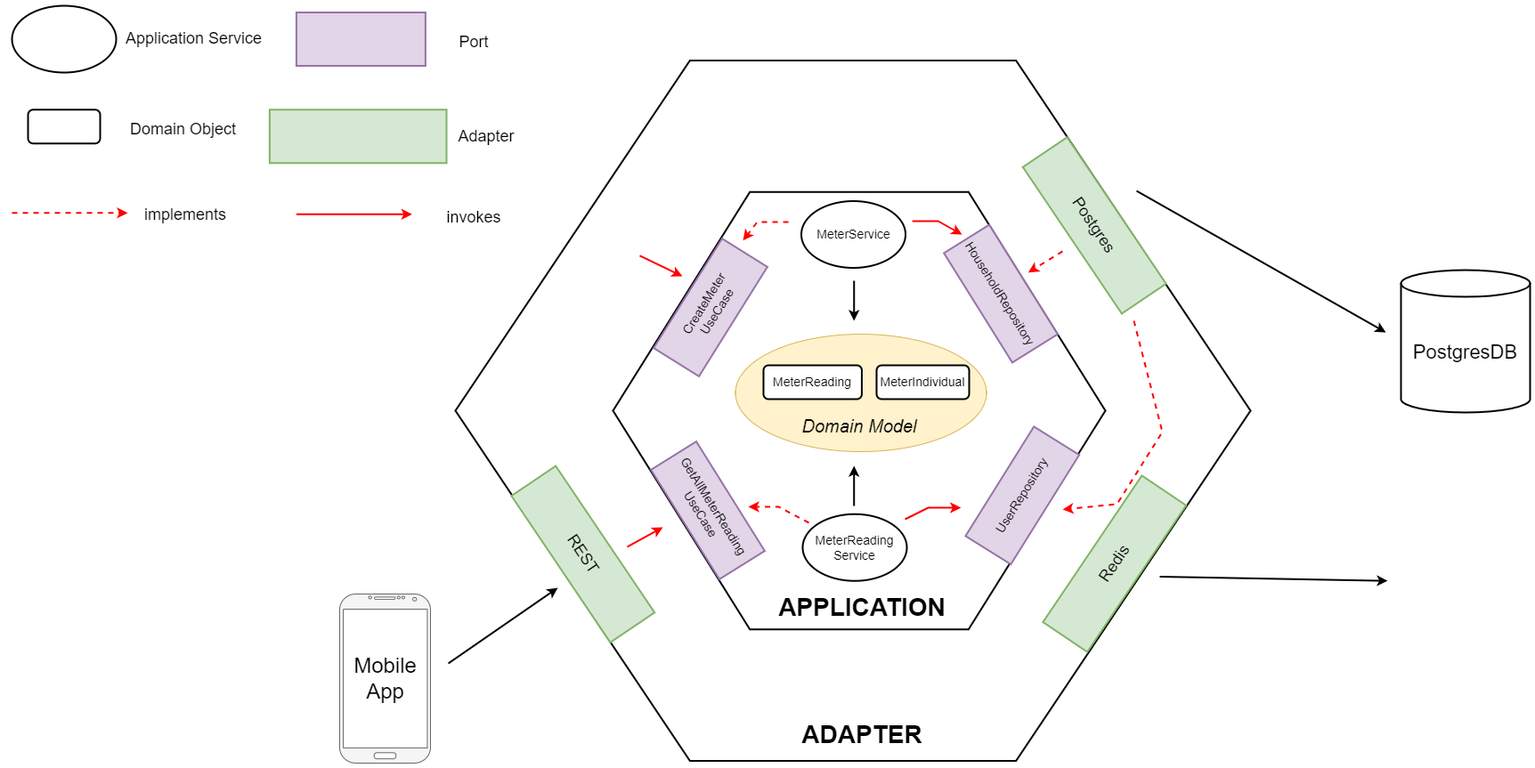
xBlade58/smart-meter-platform-page keeps this draw.io diagram as documentation/implementation/images/Household_Service_Architecture.png. Above is the earlier version. Source tidied: cells renumbered, new cells last; positions are measured from the earlier drawing's top-left corner, leaving out a move shared by most shapes.
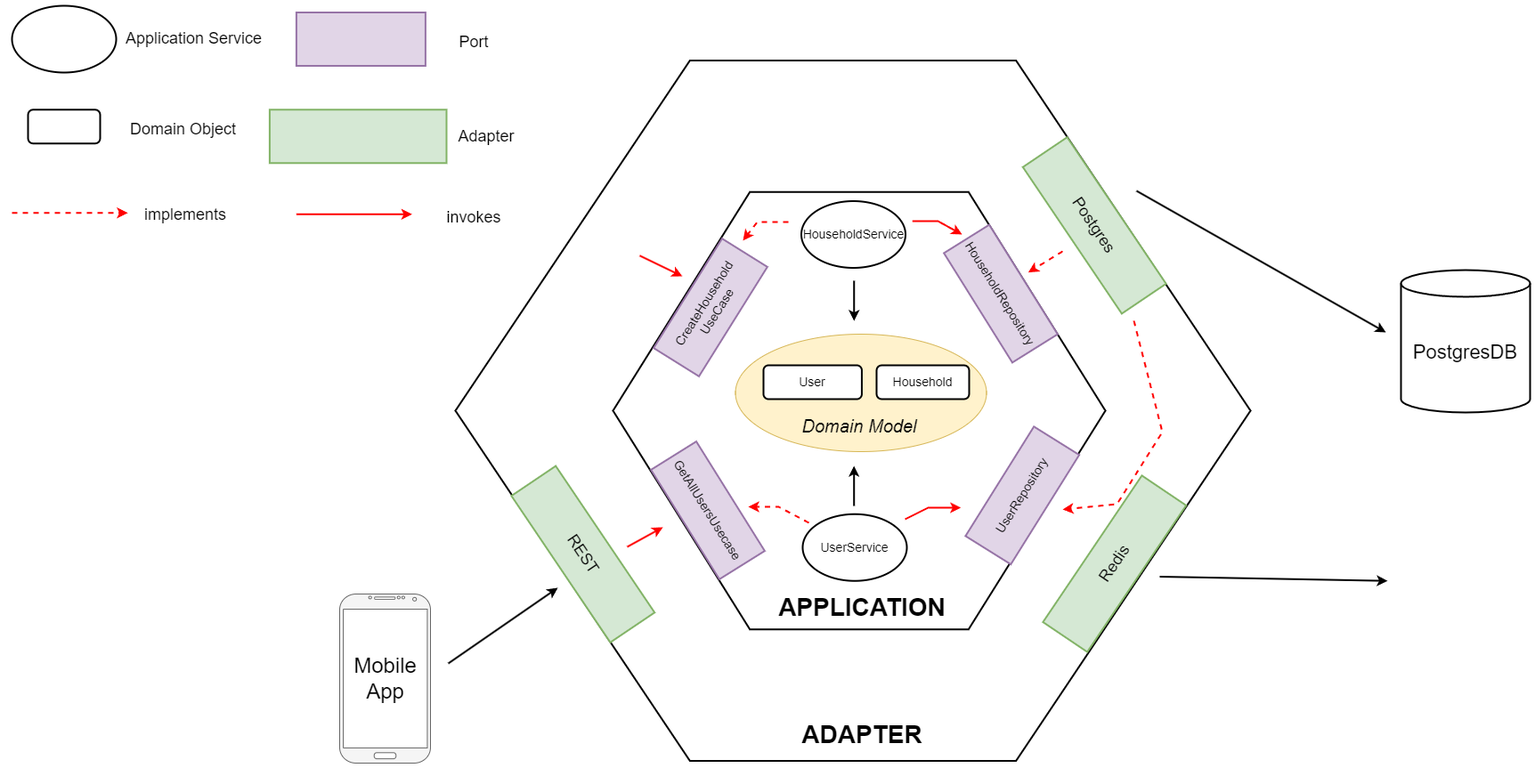
After the commit.

What changed in the source:
```diff
@@ -8,13 +8,13 @@
     <mxCell id="3" style="shape=hexagon;perimeter=hexagonPerimeter2;whiteSpace=wrap;html=1;fixedSize=1;rounded=0;sketch=0;shadow=0;strokeWidth=2;size=153.70588235294127;" parent="1" vertex="1">
       <mxGeometry x="675" y="209.2" width="553" height="491.5" as="geometry" />
     </mxCell>
-    <mxCell id="4" value="&lt;font style=&quot;font-size: 14px&quot;&gt;CreateMeter&lt;br&gt;UseCase&lt;/font&gt;" style="rounded=0;whiteSpace=wrap;html=1;shadow=0;sketch=0;strokeWidth=2;rotation=302;labelBorderColor=none;spacing=2;fillColor=#e1d5e7;strokeColor=#9673a6;" parent="1" vertex="1">
+    <mxCell id="4" value="&lt;span style=&quot;font-size: 14px;&quot;&gt;CreateHousehold&lt;br&gt;UseCase&lt;/span&gt;" style="rounded=0;whiteSpace=wrap;html=1;shadow=0;sketch=0;strokeWidth=2;rotation=302;labelBorderColor=none;spacing=2;fillColor=#e1d5e7;strokeColor=#9673a6;" parent="1" vertex="1">
       <mxGeometry x="712" y="309" width="145" height="60" as="geometry" />
     </mxCell>
     <mxCell id="5" value="&lt;font style=&quot;font-size: 14px&quot;&gt;HouseholdRepository&lt;/font&gt;" style="rounded=0;whiteSpace=wrap;html=1;shadow=0;sketch=0;strokeWidth=2;rotation=58;fillColor=#e1d5e7;strokeColor=#9673a6;" parent="1" vertex="1">
       <mxGeometry x="1038" y="293.5" width="145" height="60" as="geometry" />
     </mxCell>
-    <mxCell id="6" value="&lt;font style=&quot;font-size: 14px&quot;&gt;MeterService&lt;/font&gt;" style="ellipse;whiteSpace=wrap;html=1;strokeWidth=2;" parent="1" vertex="1">
+    <mxCell id="6" value="&lt;font style=&quot;font-size: 14px&quot;&gt;HouseholdService&lt;/font&gt;" style="ellipse;whiteSpace=wrap;html=1;strokeWidth=2;" parent="1" vertex="1">
       <mxGeometry x="886.5" y="219.5" width="117" height="75" as="geometry" />
     </mxCell>
     <mxCell id="7" value="&lt;font style=&quot;font-size: 22px&quot;&gt;PostgresDB&lt;/font&gt;" style="shape=cylinder3;whiteSpace=wrap;html=1;boundedLbl=1;backgroundOutline=1;size=15;strokeWidth=2;" parent="1" vertex="1">
@@ -88,10 +88,10 @@
         <mxPoint x="613" y="654" as="targetPoint" />
       </mxGeometry>
     </mxCell>
-    <mxCell id="23" value="&lt;font style=&quot;font-size: 14px&quot;&gt;MeterReading&lt;br&gt;Service&lt;/font&gt;" style="ellipse;whiteSpace=wrap;html=1;strokeWidth=2;" parent="1" vertex="1">
+    <mxCell id="23" value="&lt;span style=&quot;font-size: 14px;&quot;&gt;UserService&lt;/span&gt;" style="ellipse;whiteSpace=wrap;html=1;strokeWidth=2;" parent="1" vertex="1">
       <mxGeometry x="888" y="571.2" width="117" height="75" as="geometry" />
     </mxCell>
-    <mxCell id="24" value="&lt;span style=&quot;font-size: 14px&quot;&gt;GetAllMeterReading&lt;br&gt;UseCase&lt;br&gt;&lt;/span&gt;" style="rounded=0;whiteSpace=wrap;html=1;shadow=0;sketch=0;strokeWidth=2;rotation=58;labelBorderColor=none;spacing=2;fillColor=#e1d5e7;strokeColor=#9673a6;" parent="1" vertex="1">
+    <mxCell id="24" value="&lt;span style=&quot;font-size: 14px&quot;&gt;GetAllUsersUsecase&lt;br&gt;&lt;/span&gt;" style="rounded=0;whiteSpace=wrap;html=1;shadow=0;sketch=0;strokeWidth=2;rotation=58;labelBorderColor=none;spacing=2;fillColor=#e1d5e7;strokeColor=#9673a6;" parent="1" vertex="1">
       <mxGeometry x="709" y="537" width="145" height="60" as="geometry" />
     </mxCell>
     <mxCell id="25" value="&lt;span style=&quot;font-size: 14px&quot;&gt;UserRepository&lt;br&gt;&lt;/span&gt;" style="rounded=0;whiteSpace=wrap;html=1;shadow=0;sketch=0;strokeWidth=2;rotation=302;labelBorderColor=none;spacing=2;fillColor=#e1d5e7;strokeColor=#9673a6;" parent="1" vertex="1">
@@ -109,10 +109,10 @@
     <mxCell id="28" style="group;" parent="1" vertex="1">
       <mxGeometry x="844" y="404" width="231" height="38" as="geometry" />
     </mxCell>
-    <mxCell id="29" value="&lt;font style=&quot;font-size: 14px&quot;&gt;MeterIndividual&lt;/font&gt;" style="rounded=1;whiteSpace=wrap;html=1;shadow=0;sketch=0;strokeWidth=2;" parent="28" vertex="1">
+    <mxCell id="29" value="&lt;font style=&quot;font-size: 14px&quot;&gt;Household&lt;/font&gt;" style="rounded=1;whiteSpace=wrap;html=1;shadow=0;sketch=0;strokeWidth=2;" parent="28" vertex="1">
       <mxGeometry x="127" width="104" height="38" as="geometry" />
     </mxCell>
-    <mxCell id="30" value="&lt;font style=&quot;font-size: 14px&quot;&gt;MeterReading&lt;/font&gt;" style="rounded=1;whiteSpace=wrap;html=1;shadow=0;sketch=0;strokeWidth=2;" parent="28" vertex="1">
+    <mxCell id="30" value="&lt;font style=&quot;font-size: 14px&quot;&gt;User&lt;/font&gt;" style="rounded=1;whiteSpace=wrap;html=1;shadow=0;sketch=0;strokeWidth=2;" parent="28" vertex="1">
       <mxGeometry width="110.4" height="38" as="geometry" />
     </mxCell>
     <mxCell id="31" value="&lt;font style=&quot;font-size: 20px&quot;&gt;&lt;i&gt;Domain Model&lt;/i&gt;&lt;/font&gt;" style="text;html=1;strokeColor=none;fillColor=none;align=center;verticalAlign=middle;whiteSpace=wrap;rounded=0;" parent="1" vertex="1">
```
